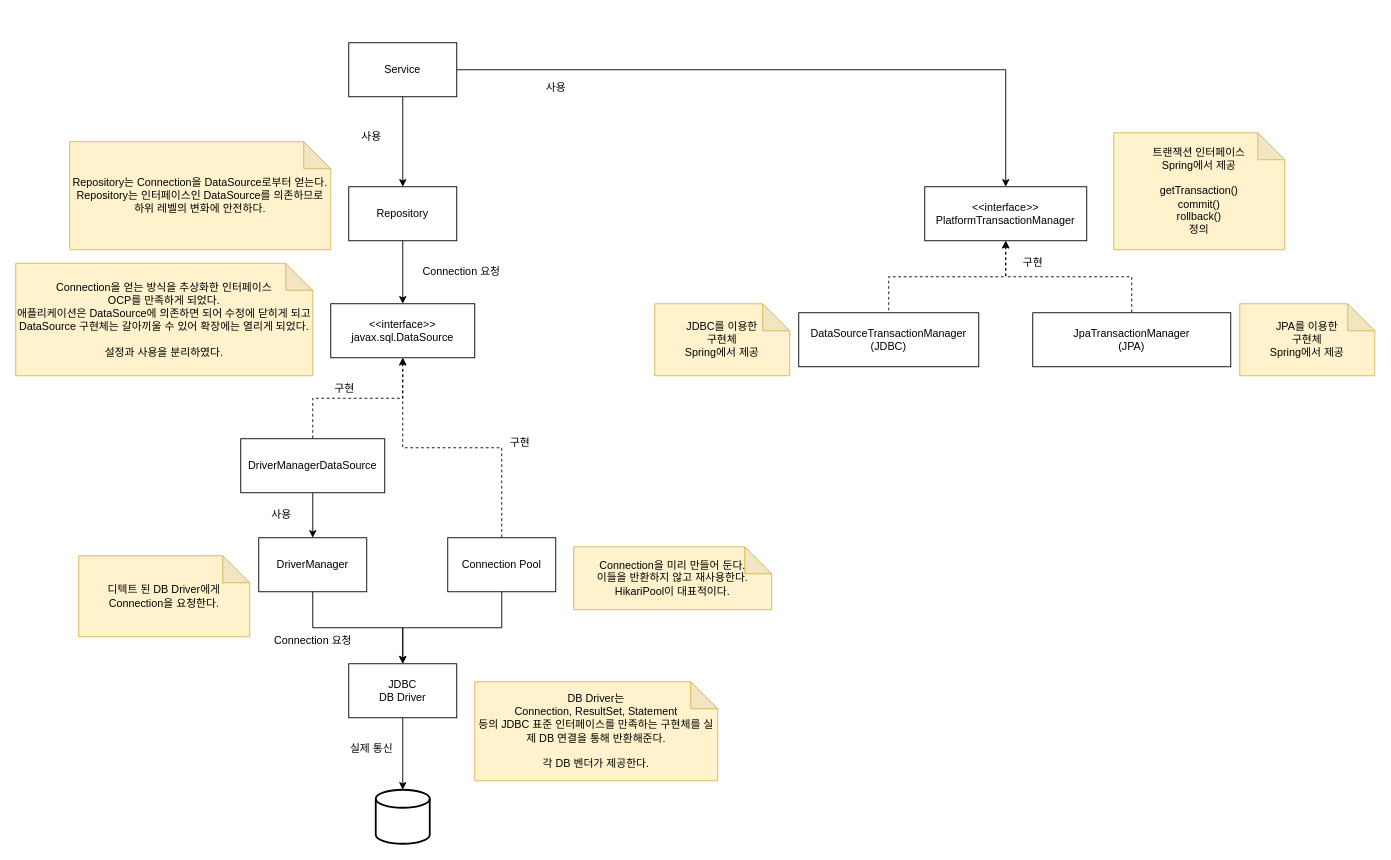
The draw.io diagram notes/summary.drawio in OldRabbit736/spring-db-1-core-principle-inflearn, before the edit. Source tidied: cells renumbered, new cells numbered last; positions are measured from the earlier drawing's top-left corner, leaving out a move shared by most shapes. Both pictures are drawn from the tidied source at 90%, with x=0, y=0 at pixel (15, 42).
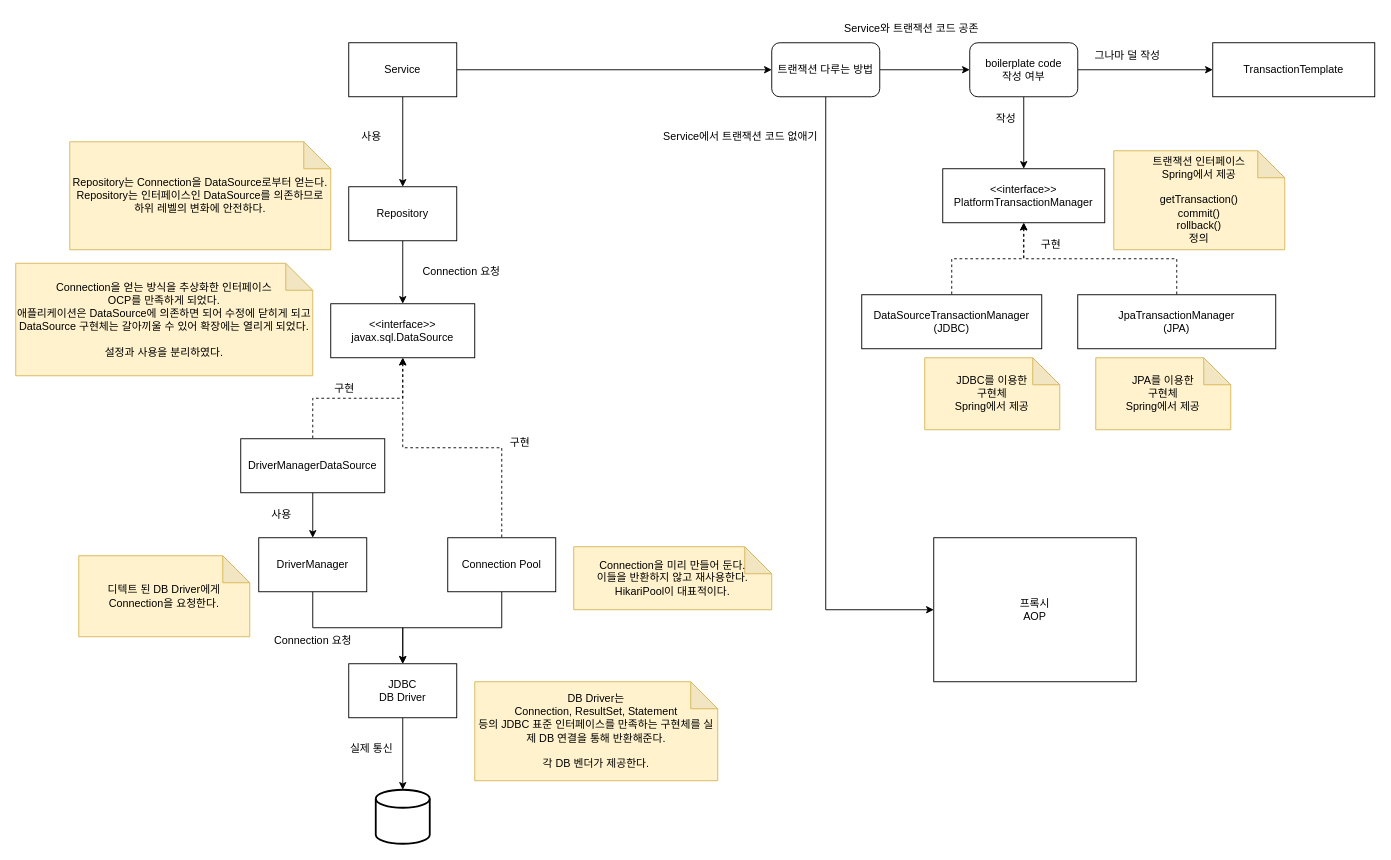
The same page after the edit.

Commit message (it also covers changes not shown here):
완료: 스프링과 문제 해결 - 트랜잭션 | 트랜잭션 문제 해결 - 트랜잭션 AOP 이해

Unchanged cells that the change refers to:
```xml
<mxCell id="29" value="Service" style="whiteSpace=wrap;html=1;" parent="1" vertex="1">
  <mxGeometry x="370" width="120" height="60" as="geometry" />
</mxCell>
```

Change to the diagram source:
```diff
@@
-    <mxCell id="28" style="edgeStyle=orthogonalEdgeStyle;rounded=0;jettySize=auto;html=1;" parent="1" edge="1" source="29" target="31">
-      <mxGeometry relative="1" as="geometry" />
-    </mxCell>
+    <mxCell id="41" style="edgeStyle=orthogonalEdgeStyle;rounded=0;jettySize=auto;html=1;entryX=0;entryY=0.5;entryDx=0;entryDy=0;" parent="1" edge="1" source="29" target="44">
+      <mxGeometry relative="1" as="geometry" />
+    </mxCell>
@@
     <mxCell id="31" value="&amp;lt;&amp;lt;interface&amp;gt;&amp;gt;&lt;br&gt;PlatformTransactionManager" style="whiteSpace=wrap;html=1;" parent="1" vertex="1">
-      <mxGeometry x="1010" y="160" width="180" height="60" as="geometry" />
+      <mxGeometry x="1030" y="140" width="180" height="60" as="geometry" />
     </mxCell>
-    <mxCell id="32" value="사용" style="text;html=1;align=center;verticalAlign=middle;strokeColor=none;fillColor=none;" parent="1" vertex="1">
-      <mxGeometry x="580" y="35" width="40" height="30" as="geometry" />
+    <mxCell id="32" value="작성" style="text;html=1;align=center;verticalAlign=middle;strokeColor=none;fillColor=none;" parent="1" vertex="1">
+      <mxGeometry x="1080" y="70" width="40" height="30" as="geometry" />
     </mxCell>
-    <mxCell id="33" value="DataSourceTransactionManager&lt;br&gt;(JDBC)" style="whiteSpace=wrap;html=1;" parent="1" vertex="1">
-      <mxGeometry x="870" y="300" width="200" height="60" as="geometry" />
-    </mxCell>
     <mxCell id="34" value="JpaTransactionManager&lt;br&gt;(JPA)" style="whiteSpace=wrap;html=1;" parent="1" vertex="1">
-      <mxGeometry x="1130" y="300" width="220" height="60" as="geometry" />
+      <mxGeometry x="1180" y="280" width="220" height="60" as="geometry" />
     </mxCell>
@@
     <mxCell id="37" value="구현" style="text;html=1;align=center;verticalAlign=middle;strokeColor=none;fillColor=none;" parent="1" vertex="1">
-      <mxGeometry x="1110" y="230" width="40" height="30" as="geometry" />
+      <mxGeometry x="1130" y="210" width="40" height="30" as="geometry" />
     </mxCell>
     <mxCell id="38" value="트랜잭션 인터페이스&lt;br&gt;Spring에서 제공&lt;br&gt;&lt;br&gt;getTransaction()&lt;br&gt;commit()&lt;br&gt;rollback()&lt;br&gt;정의" style="shape=note;whiteSpace=wrap;html=1;backgroundOutline=1;darkOpacity=0.05;fillColor=#fff2cc;strokeColor=#d6b656;" parent="1" vertex="1">
-      <mxGeometry x="1220" y="100" width="190" height="130" as="geometry" />
+      <mxGeometry x="1220" y="120" width="190" height="110" as="geometry" />
     </mxCell>
     <mxCell id="39" value="JDBC를 이용한&lt;br&gt;구현체&lt;br&gt;Spring에서 제공" style="shape=note;whiteSpace=wrap;html=1;backgroundOutline=1;darkOpacity=0.05;fillColor=#fff2cc;strokeColor=#d6b656;" parent="1" vertex="1">
-      <mxGeometry x="710" y="290" width="150" height="80" as="geometry" />
+      <mxGeometry x="1010" y="350" width="150" height="80" as="geometry" />
     </mxCell>
     <mxCell id="40" value="JPA를 이용한&lt;br&gt;구현체&lt;br&gt;Spring에서 제공" style="shape=note;whiteSpace=wrap;html=1;backgroundOutline=1;darkOpacity=0.05;fillColor=#fff2cc;strokeColor=#d6b656;" parent="1" vertex="1">
-      <mxGeometry x="1360" y="290" width="150" height="80" as="geometry" />
+      <mxGeometry x="1200" y="350" width="150" height="80" as="geometry" />
     </mxCell>
+    <mxCell id="42" style="edgeStyle=orthogonalEdgeStyle;rounded=0;jettySize=auto;html=1;entryX=0;entryY=0.5;entryDx=0;entryDy=0;" parent="1" edge="1" source="44" target="47">
+      <mxGeometry relative="1" as="geometry">
+        <Array as="points">
+          <mxPoint x="900" y="630" />
+        </Array>
+      </mxGeometry>
+    </mxCell>
+    <mxCell id="43" style="edgeStyle=orthogonalEdgeStyle;rounded=0;jettySize=auto;html=1;exitX=1;exitY=0.5;exitDx=0;exitDy=0;entryX=0;entryY=0.5;entryDx=0;entryDy=0;" parent="1" edge="1" source="44" target="52">
+      <mxGeometry relative="1" as="geometry" />
+    </mxCell>
+    <mxCell id="44" value="트랜잭션 다루는 방법" style="rounded=1;whiteSpace=wrap;html=1;" parent="1" vertex="1">
+      <mxGeometry x="840" width="120" height="60" as="geometry" />
+    </mxCell>
+    <mxCell id="45" value="Service와 트랜잭션 코드 공존" style="text;html=1;align=center;verticalAlign=middle;strokeColor=none;fillColor=none;" parent="1" vertex="1">
+      <mxGeometry x="910" y="-30" width="170" height="30" as="geometry" />
+    </mxCell>
+    <mxCell id="33" value="DataSourceTransactionManager&lt;br&gt;(JDBC)" style="whiteSpace=wrap;html=1;" parent="1" vertex="1">
+      <mxGeometry x="940" y="280" width="200" height="60" as="geometry" />
+    </mxCell>
+    <mxCell id="46" value="Service에서 트랜잭션 코드 없애기" style="text;html=1;align=center;verticalAlign=middle;strokeColor=none;fillColor=none;" parent="1" vertex="1">
+      <mxGeometry x="710" y="90" width="190" height="30" as="geometry" />
+    </mxCell>
+    <mxCell id="47" value="프록시&lt;br&gt;AOP" style="rounded=0;whiteSpace=wrap;html=1;" parent="1" vertex="1">
+      <mxGeometry x="1020" y="550" width="225" height="160" as="geometry" />
+    </mxCell>
+    <mxCell id="48" value="TransactionTemplate" style="whiteSpace=wrap;html=1;" parent="1" vertex="1">
+      <mxGeometry x="1330" width="180" height="60" as="geometry" />
+    </mxCell>
+    <mxCell id="49" value="그나마 덜 작성" style="text;html=1;align=center;verticalAlign=middle;strokeColor=none;fillColor=none;" parent="1" vertex="1">
+      <mxGeometry x="1190" width="90" height="30" as="geometry" />
+    </mxCell>
+    <mxCell id="50" style="edgeStyle=orthogonalEdgeStyle;rounded=0;jettySize=auto;html=1;" parent="1" edge="1" source="52" target="48">
+      <mxGeometry relative="1" as="geometry" />
+    </mxCell>
+    <mxCell id="51" style="edgeStyle=orthogonalEdgeStyle;rounded=0;jettySize=auto;html=1;entryX=0.5;entryY=0;entryDx=0;entryDy=0;" parent="1" edge="1" source="52" target="31">
+      <mxGeometry relative="1" as="geometry" />
+    </mxCell>
+    <mxCell id="52" value="boilerplate code&lt;br&gt;작성 여부" style="rounded=1;whiteSpace=wrap;html=1;" parent="1" vertex="1">
+      <mxGeometry x="1060" width="120" height="60" as="geometry" />
+    </mxCell>
```
